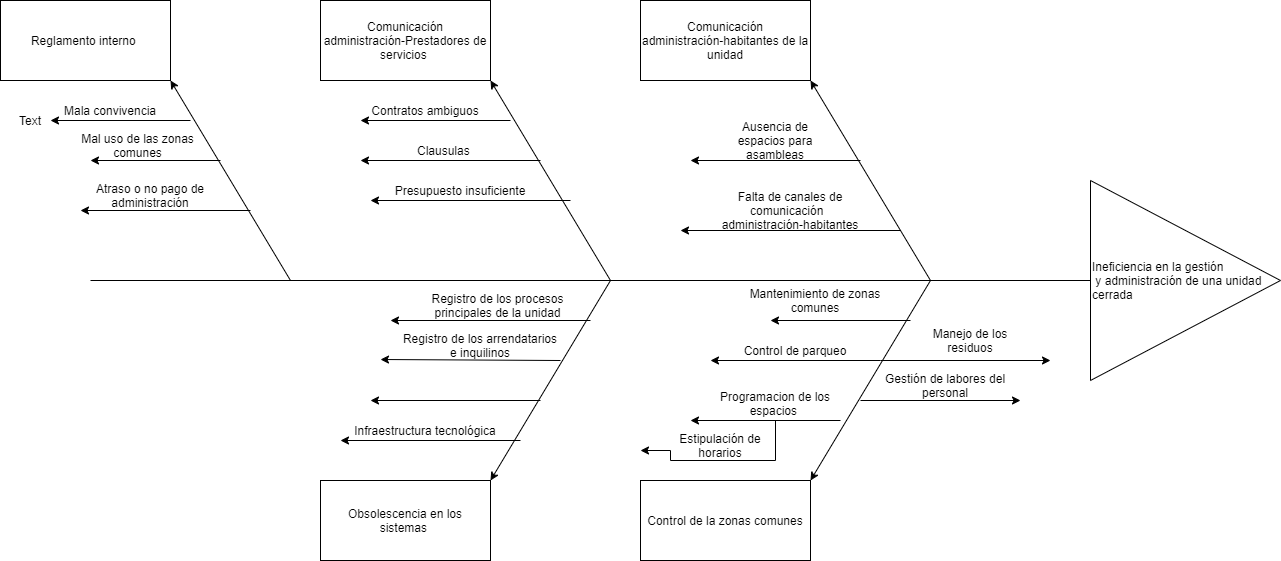
Before: Untitled Diagram.png, a diagram exported from draw.io (mnivia/Administracion-unidades-cerradas). Source tidied: cells renumbered, new cells last; positions are measured from the earlier drawing's top-left corner, leaving out a move shared by most shapes. The source it was exported from:
```xml
<mxGraphModel>
  <root>
    <mxCell id="0" />
    <mxCell id="1" parent="0" />
    <mxCell id="2" style="endArrow=none;html=1;" parent="1" edge="1" target="3">
      <mxGeometry relative="1" as="geometry">
        <mxPoint x="90" y="280" as="sourcePoint" />
      </mxGeometry>
    </mxCell>
    <mxCell id="3" value="Ineficiencia en la gestión&lt;br&gt;&amp;nbsp;y administración de una unidad cerrada" style="triangle;whiteSpace=wrap;html=1;align=left;" parent="1" vertex="1">
      <mxGeometry x="1090" y="180" width="190" height="200" as="geometry" />
    </mxCell>
    <mxCell id="4" style="endArrow=classic;html=1;entryX=1;entryY=1;entryDx=0;entryDy=0;" parent="1" edge="1" target="9">
      <mxGeometry relative="1" as="geometry">
        <mxPoint x="930" y="280" as="sourcePoint" />
      </mxGeometry>
    </mxCell>
    <mxCell id="5" style="endArrow=classic;html=1;entryX=1;entryY=0;entryDx=0;entryDy=0;" parent="1" edge="1" target="10">
      <mxGeometry relative="1" as="geometry">
        <mxPoint x="930" y="280" as="sourcePoint" />
      </mxGeometry>
    </mxCell>
    <mxCell id="6" style="endArrow=classic;html=1;entryX=1;entryY=1;entryDx=0;entryDy=0;" parent="1" edge="1" target="8">
      <mxGeometry relative="1" as="geometry">
        <mxPoint x="610" y="280" as="sourcePoint" />
      </mxGeometry>
    </mxCell>
    <mxCell id="7" style="endArrow=classic;html=1;entryX=1;entryY=0;entryDx=0;entryDy=0;" parent="1" edge="1" target="11">
      <mxGeometry relative="1" as="geometry">
        <mxPoint x="610" y="280" as="sourcePoint" />
      </mxGeometry>
    </mxCell>
    <mxCell id="8" value="Comunicación&lt;br&gt;administración-Prestadores de servicios&amp;nbsp;" style="rounded=0;whiteSpace=wrap;html=1;" parent="1" vertex="1">
      <mxGeometry x="320" width="170" height="80" as="geometry" />
    </mxCell>
    <mxCell id="9" value="Comunicación&lt;br&gt;administración-habitantes de la unidad" style="rounded=0;whiteSpace=wrap;html=1;" parent="1" vertex="1">
      <mxGeometry x="640" width="170" height="80" as="geometry" />
    </mxCell>
    <mxCell id="10" value="Control de la zonas comunes" style="rounded=0;whiteSpace=wrap;html=1;" parent="1" vertex="1">
      <mxGeometry x="640" y="480" width="170" height="80" as="geometry" />
    </mxCell>
    <mxCell id="11" value="Obsolescencia en los sistemas&amp;nbsp;" style="rounded=0;whiteSpace=wrap;html=1;" parent="1" vertex="1">
      <mxGeometry x="320" y="480" width="170" height="80" as="geometry" />
    </mxCell>
    <mxCell id="12" style="endArrow=classic;html=1;" parent="1" edge="1">
      <mxGeometry relative="1" as="geometry">
        <mxPoint x="900" y="230" as="sourcePoint" />
        <mxPoint x="680" y="230" as="targetPoint" />
      </mxGeometry>
    </mxCell>
    <mxCell id="13" value="Falta de canales de comunicación&amp;nbsp;&amp;nbsp;&lt;br&gt;administración-habitantes" style="text;html=1;strokeColor=none;fillColor=none;align=center;verticalAlign=middle;whiteSpace=wrap;rounded=0;" parent="1" vertex="1">
      <mxGeometry x="700" y="190" width="180" height="40" as="geometry" />
    </mxCell>
    <mxCell id="14" style="endArrow=classic;html=1;" parent="1" edge="1">
      <mxGeometry relative="1" as="geometry">
        <mxPoint x="860" y="160" as="sourcePoint" />
        <mxPoint x="690" y="160" as="targetPoint" />
      </mxGeometry>
    </mxCell>
    <mxCell id="15" value="Ausencia de espacios para asambleas" style="text;html=1;strokeColor=none;fillColor=none;align=center;verticalAlign=middle;whiteSpace=wrap;rounded=0;" parent="1" vertex="1">
      <mxGeometry x="720" y="120" width="110" height="40" as="geometry" />
    </mxCell>
    <mxCell id="16" style="endArrow=classic;html=1;" parent="1" edge="1">
      <mxGeometry relative="1" as="geometry">
        <mxPoint x="290" y="280" as="sourcePoint" />
        <mxPoint x="170" y="80" as="targetPoint" />
      </mxGeometry>
    </mxCell>
    <mxCell id="17" value="Reglamento interno&amp;nbsp;" style="rounded=0;whiteSpace=wrap;html=1;" parent="1" vertex="1">
      <mxGeometry width="170" height="80" as="geometry" />
    </mxCell>
    <mxCell id="18" style="endArrow=classic;html=1;" parent="1" edge="1" target="19">
      <mxGeometry relative="1" as="geometry">
        <mxPoint x="190" y="120" as="sourcePoint" />
      </mxGeometry>
    </mxCell>
    <mxCell id="19" value="Text" style="text;html=1;strokeColor=none;fillColor=none;align=center;verticalAlign=middle;whiteSpace=wrap;rounded=0;" parent="1" vertex="1">
      <mxGeometry x="10" y="110" width="40" height="20" as="geometry" />
    </mxCell>
    <mxCell id="20" value="Mala convivencia" style="text;html=1;strokeColor=none;fillColor=none;align=center;verticalAlign=middle;whiteSpace=wrap;rounded=0;" parent="1" vertex="1">
      <mxGeometry x="50" y="100" width="120" height="20" as="geometry" />
    </mxCell>
    <mxCell id="21" style="endArrow=classic;html=1;" parent="1" edge="1">
      <mxGeometry relative="1" as="geometry">
        <mxPoint x="220" y="160" as="sourcePoint" />
        <mxPoint x="90" y="160" as="targetPoint" />
      </mxGeometry>
    </mxCell>
    <mxCell id="22" value="Mal uso de las zonas comunes" style="text;html=1;strokeColor=none;fillColor=none;align=center;verticalAlign=middle;whiteSpace=wrap;rounded=0;" parent="1" vertex="1">
      <mxGeometry x="65" y="130" width="145" height="30" as="geometry" />
    </mxCell>
    <mxCell id="23" value="Atraso o no pago de administración" style="text;html=1;strokeColor=none;fillColor=none;align=center;verticalAlign=middle;whiteSpace=wrap;rounded=0;" parent="1" vertex="1">
      <mxGeometry x="65" y="180" width="170" height="30" as="geometry" />
    </mxCell>
    <mxCell id="24" style="endArrow=classic;html=1;" parent="1" edge="1">
      <mxGeometry relative="1" as="geometry">
        <mxPoint x="250" y="210" as="sourcePoint" />
        <mxPoint x="80" y="210" as="targetPoint" />
      </mxGeometry>
    </mxCell>
    <mxCell id="25" style="endArrow=classic;html=1;" parent="1" edge="1">
      <mxGeometry relative="1" as="geometry">
        <mxPoint x="510" y="120" as="sourcePoint" />
        <mxPoint x="360" y="120" as="targetPoint" />
      </mxGeometry>
    </mxCell>
    <mxCell id="26" value="Contratos ambiguos" style="text;html=1;strokeColor=none;fillColor=none;align=center;verticalAlign=middle;whiteSpace=wrap;rounded=0;" parent="1" vertex="1">
      <mxGeometry x="360" y="100" width="130" height="20" as="geometry" />
    </mxCell>
    <mxCell id="27" style="endArrow=classic;html=1;" parent="1" edge="1">
      <mxGeometry relative="1" as="geometry">
        <mxPoint x="540" y="160" as="sourcePoint" />
        <mxPoint x="360" y="160" as="targetPoint" />
      </mxGeometry>
    </mxCell>
    <mxCell id="28" value="Registro de los procesos principales de la unidad" style="text;html=1;strokeColor=none;fillColor=none;align=center;verticalAlign=middle;whiteSpace=wrap;rounded=0;" parent="1" vertex="1">
      <mxGeometry x="405" y="290" width="185" height="30" as="geometry" />
    </mxCell>
    <mxCell id="29" value="Control de parqueo" style="text;html=1;strokeColor=none;fillColor=none;align=center;verticalAlign=middle;whiteSpace=wrap;rounded=0;" parent="1" vertex="1">
      <mxGeometry x="720" y="340" width="150" height="20" as="geometry" />
    </mxCell>
    <mxCell id="30" value="Mantenimiento de zonas comunes" style="text;html=1;strokeColor=none;fillColor=none;align=center;verticalAlign=middle;whiteSpace=wrap;rounded=0;" parent="1" vertex="1">
      <mxGeometry x="730" y="280" width="170" height="40" as="geometry" />
    </mxCell>
    <mxCell id="31" value="Presupuesto insuficiente" style="text;html=1;strokeColor=none;fillColor=none;align=center;verticalAlign=middle;whiteSpace=wrap;rounded=0;" parent="1" vertex="1">
      <mxGeometry x="380" y="180" width="160" height="20" as="geometry" />
    </mxCell>
    <mxCell id="32" value="Clausulas&amp;nbsp;" style="text;html=1;strokeColor=none;fillColor=none;align=center;verticalAlign=middle;whiteSpace=wrap;rounded=0;" parent="1" vertex="1">
      <mxGeometry x="370" y="140" width="150" height="20" as="geometry" />
    </mxCell>
    <mxCell id="33" style="endArrow=classic;html=1;" parent="1" edge="1">
      <mxGeometry relative="1" as="geometry">
        <mxPoint x="570" y="200" as="sourcePoint" />
        <mxPoint x="370" y="200" as="targetPoint" />
      </mxGeometry>
    </mxCell>
    <mxCell id="34" style="endArrow=classic;html=1;" parent="1" edge="1">
      <mxGeometry relative="1" as="geometry">
        <mxPoint x="910" y="320" as="sourcePoint" />
        <mxPoint x="770" y="320" as="targetPoint" />
      </mxGeometry>
    </mxCell>
    <mxCell id="35" style="endArrow=classic;html=1;" parent="1" edge="1">
      <mxGeometry relative="1" as="geometry">
        <mxPoint x="880" y="360" as="sourcePoint" />
        <mxPoint x="710" y="360" as="targetPoint" />
      </mxGeometry>
    </mxCell>
    <mxCell id="36" style="endArrow=classic;html=1;" parent="1" edge="1">
      <mxGeometry relative="1" as="geometry">
        <mxPoint x="840" y="420" as="sourcePoint" />
        <mxPoint x="690" y="420" as="targetPoint" />
      </mxGeometry>
    </mxCell>
    <mxCell id="37" value="Gestión de labores del personal" style="text;html=1;strokeColor=none;fillColor=none;align=center;verticalAlign=middle;whiteSpace=wrap;rounded=0;" parent="1" vertex="1">
      <mxGeometry x="870" y="370" width="150" height="30" as="geometry" />
    </mxCell>
    <mxCell id="38" value="Estipulación de horarios" style="text;html=1;strokeColor=none;fillColor=none;align=center;verticalAlign=middle;whiteSpace=wrap;rounded=0;" parent="1" vertex="1">
      <mxGeometry x="670" y="430" width="100" height="30" as="geometry" />
    </mxCell>
    <mxCell id="39" style="edgeStyle=orthogonalEdgeStyle;rounded=0;jettySize=auto;html=1;verticalAlign=top;" parent="1" edge="1" source="40">
      <mxGeometry relative="1" as="geometry">
        <mxPoint x="640" y="450" as="targetPoint" />
        <Array as="points">
          <mxPoint x="775" y="460" />
          <mxPoint x="670" y="460" />
          <mxPoint x="670" y="450" />
        </Array>
      </mxGeometry>
    </mxCell>
    <mxCell id="40" value="Programacion de los espacios&amp;nbsp;" style="text;html=1;strokeColor=none;fillColor=none;align=center;verticalAlign=bottom;whiteSpace=wrap;rounded=0;" parent="1" vertex="1">
      <mxGeometry x="700" y="390" width="150" height="30" as="geometry" />
    </mxCell>
    <mxCell id="41" style="endArrow=classic;html=1;" parent="1" edge="1">
      <mxGeometry relative="1" as="geometry">
        <mxPoint x="590" y="320" as="sourcePoint" />
        <mxPoint x="390" y="320" as="targetPoint" />
      </mxGeometry>
    </mxCell>
    <mxCell id="42" value="Infraestructura tecnológica" style="text;html=1;strokeColor=none;fillColor=none;align=center;verticalAlign=middle;whiteSpace=wrap;rounded=0;" parent="1" vertex="1">
      <mxGeometry x="350" y="420" width="150" height="20" as="geometry" />
    </mxCell>
    <mxCell id="43" value="Manejo de los residuos" style="text;html=1;strokeColor=none;fillColor=none;align=center;verticalAlign=middle;whiteSpace=wrap;rounded=0;" parent="1" vertex="1">
      <mxGeometry x="920" y="320" width="100" height="40" as="geometry" />
    </mxCell>
    <mxCell id="44" value="Registro de los arrendatarios e inquilinos" style="text;html=1;strokeColor=none;fillColor=none;align=center;verticalAlign=middle;whiteSpace=wrap;rounded=0;" parent="1" vertex="1">
      <mxGeometry x="400" y="330" width="160" height="30" as="geometry" />
    </mxCell>
    <mxCell id="45" style="endArrow=classic;html=1;exitX=1;exitY=1;exitDx=0;exitDy=0;" parent="1" edge="1" source="44">
      <mxGeometry relative="1" as="geometry">
        <mxPoint x="380" y="359" as="targetPoint" />
      </mxGeometry>
    </mxCell>
    <mxCell id="46" style="endArrow=classic;html=1;" parent="1" edge="1">
      <mxGeometry relative="1" as="geometry">
        <mxPoint x="540" y="400" as="sourcePoint" />
        <mxPoint x="370" y="400" as="targetPoint" />
      </mxGeometry>
    </mxCell>
    <mxCell id="47" style="endArrow=classic;html=1;" parent="1" edge="1">
      <mxGeometry relative="1" as="geometry">
        <mxPoint x="880" y="360" as="sourcePoint" />
        <mxPoint x="1050" y="360" as="targetPoint" />
      </mxGeometry>
    </mxCell>
    <mxCell id="48" style="endArrow=classic;html=1;" parent="1" edge="1">
      <mxGeometry relative="1" as="geometry">
        <mxPoint x="520" y="440" as="sourcePoint" />
        <mxPoint x="340" y="440" as="targetPoint" />
      </mxGeometry>
    </mxCell>
    <mxCell id="49" style="endArrow=classic;html=1;" parent="1" edge="1">
      <mxGeometry relative="1" as="geometry">
        <mxPoint x="860" y="400" as="sourcePoint" />
        <mxPoint x="1020" y="400" as="targetPoint" />
      </mxGeometry>
    </mxCell>
  </root>
</mxGraphModel>
```
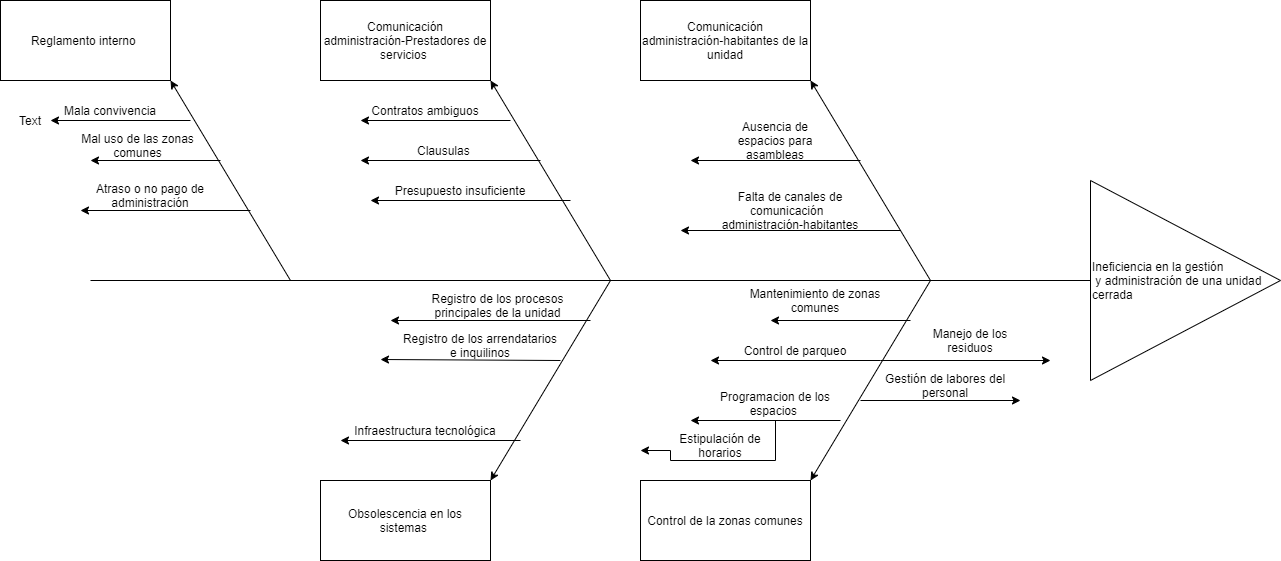
Above is the later version.

Commit message:
Diagrama causa efecto

Change to the diagram source:
```diff
@@ -191,12 +191,6 @@
         <mxPoint x="380" y="359" as="targetPoint" />
       </mxGeometry>
     </mxCell>
-    <mxCell id="46" style="endArrow=classic;html=1;" parent="1" edge="1">
-      <mxGeometry relative="1" as="geometry">
-        <mxPoint x="540" y="400" as="sourcePoint" />
-        <mxPoint x="370" y="400" as="targetPoint" />
-      </mxGeometry>
-    </mxCell>
     <mxCell id="47" style="endArrow=classic;html=1;" parent="1" edge="1">
       <mxGeometry relative="1" as="geometry">
         <mxPoint x="880" y="360" as="sourcePoint" />
```
